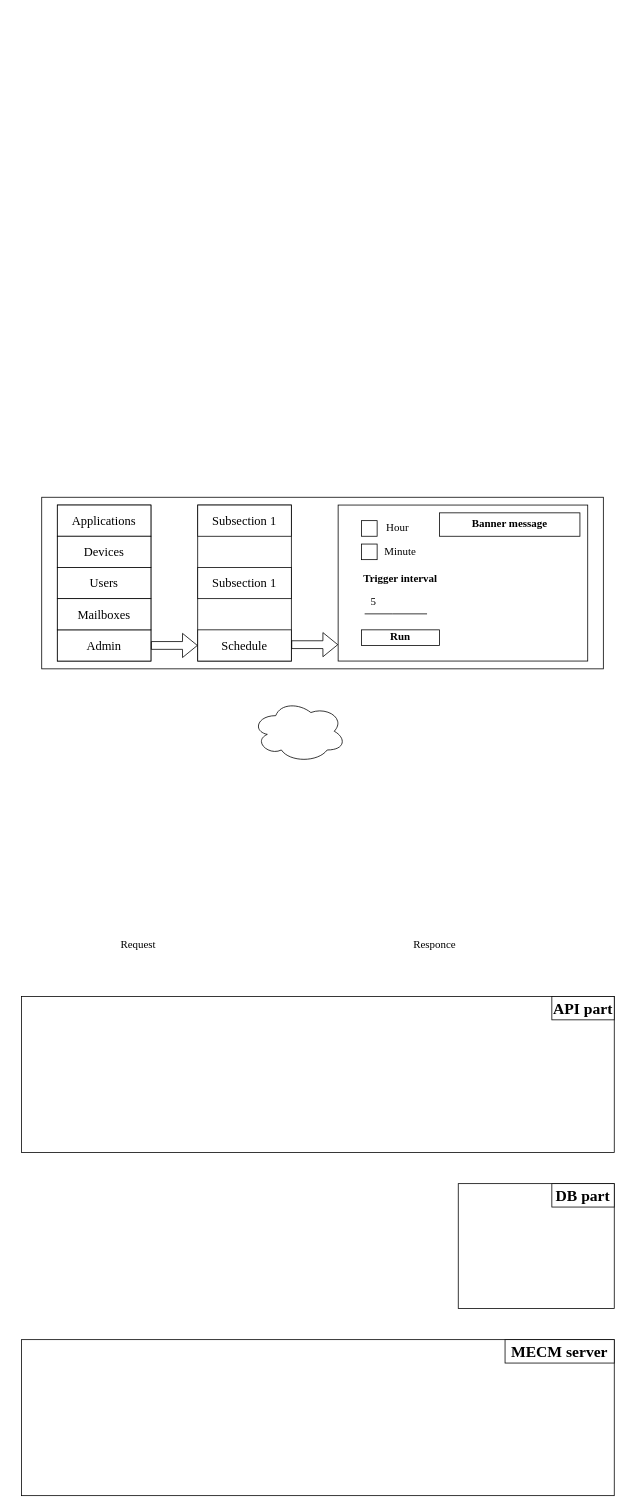
Before: src/assets/Untitled Diagram.drawio in ValeryYuntsevich/ag-grid, a draw.io diagram. Source tidied: cells renumbered, new cells numbered last; positions are measured from the earlier drawing's top-left corner, leaving out a move shared by most shapes. Both pictures are drawn from the tidied source at 78%, with x=0, y=0 at pixel (21, 497).
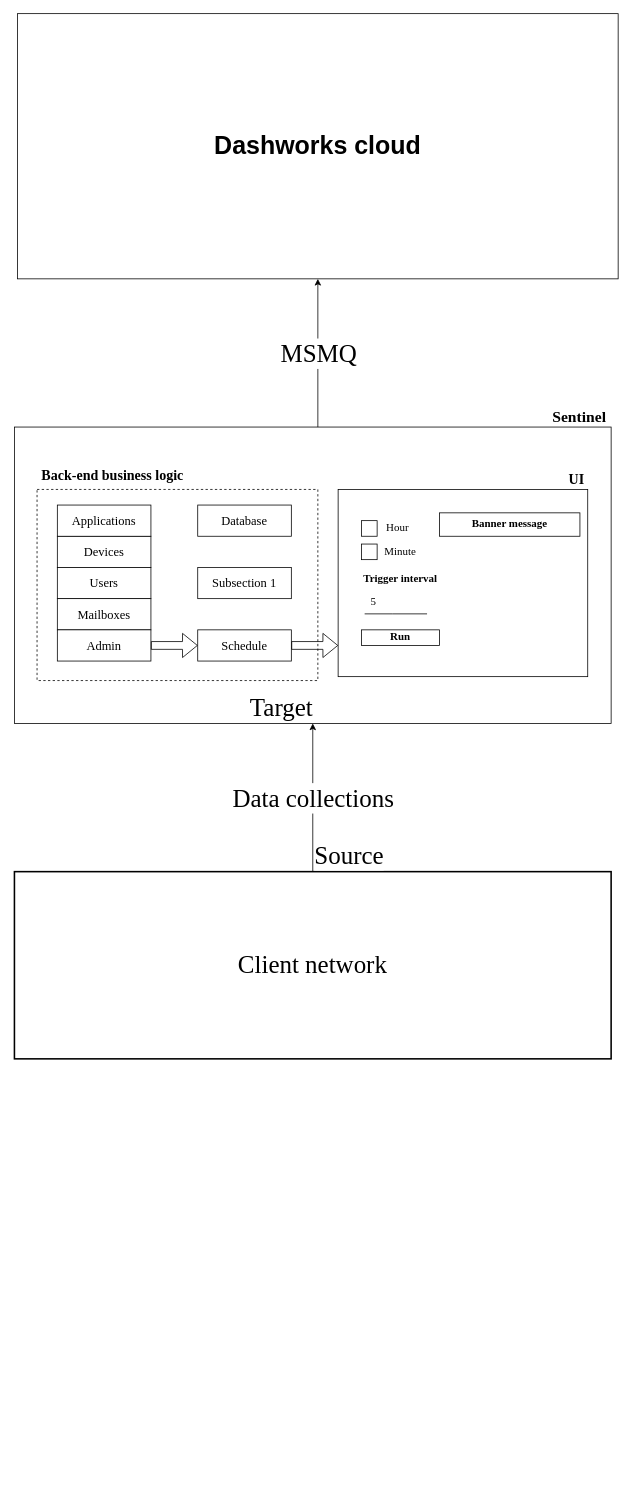
The same page after the edit.

The edit, as a diff of the source:
```diff
@@
     <mxCell id="2" style="rounded=0;whiteSpace=wrap;html=1;" parent="1" vertex="1">
-      <mxGeometry x="26" width="720" height="220" as="geometry" />
+      <mxGeometry x="-9" y="-90" width="765" height="380" as="geometry" />
     </mxCell>
@@
-    <mxCell id="4" value="Applications" style="rounded=0;whiteSpace=wrap;html=1;fontFamily=Times New Roman;fontSize=16;" parent="1" vertex="1">
-      <mxGeometry x="46" y="10" width="120" height="40" as="geometry" />
-    </mxCell>
-    <mxCell id="5" value="Devices" style="rounded=0;whiteSpace=wrap;html=1;fontFamily=Times New Roman;fontSize=16;" parent="1" vertex="1">
-      <mxGeometry x="46" y="50" width="120" height="40" as="geometry" />
-    </mxCell>
-    <mxCell id="6" value="Admin" style="rounded=0;whiteSpace=wrap;html=1;fontFamily=Times New Roman;fontSize=16;" parent="1" vertex="1">
-      <mxGeometry x="46" y="170" width="120" height="40" as="geometry" />
-    </mxCell>
@@
-    <mxCell id="8" value="Subsection 1" style="rounded=0;whiteSpace=wrap;html=1;fontFamily=Times New Roman;fontSize=16;" parent="1" vertex="1">
-      <mxGeometry x="226" y="90" width="120" height="40" as="geometry" />
-    </mxCell>
-    <mxCell id="9" value="Schedule" style="rounded=0;whiteSpace=wrap;html=1;fontFamily=Times New Roman;fontSize=16;" parent="1" vertex="1">
-      <mxGeometry x="226" y="170" width="120" height="40" as="geometry" />
-    </mxCell>
-    <mxCell id="10" style="rounded=0;whiteSpace=wrap;html=1;" parent="1" vertex="1">
-      <mxGeometry y="640" width="760" height="200" as="geometry" />
-    </mxCell>
-    <mxCell id="11" value="API part" style="rounded=0;whiteSpace=wrap;html=1;fontFamily=Times New Roman;fontSize=20;fontStyle=1;" parent="1" vertex="1">
-      <mxGeometry x="680" y="640" width="80" height="30" as="geometry" />
-    </mxCell>
-    <mxCell id="12" value="Request" style="text;html=1;strokeColor=none;fillColor=none;align=center;verticalAlign=middle;whiteSpace=wrap;rounded=0;fontFamily=Times New Roman;fontSize=14;" parent="1" vertex="1">
-      <mxGeometry x="120" y="560" width="60" height="30" as="geometry" />
-    </mxCell>
-    <mxCell id="13" value="Responce" style="text;html=1;strokeColor=none;fillColor=none;align=center;verticalAlign=middle;whiteSpace=wrap;rounded=0;fontFamily=Times New Roman;fontSize=14;" parent="1" vertex="1">
-      <mxGeometry x="500" y="560" width="60" height="30" as="geometry" />
-    </mxCell>
-    <mxCell id="14" style="rounded=0;whiteSpace=wrap;html=1;" parent="1" vertex="1">
-      <mxGeometry y="1080" width="760" height="200" as="geometry" />
-    </mxCell>
-    <mxCell id="15" value="MECM server" style="rounded=0;whiteSpace=wrap;html=1;fontFamily=Times New Roman;fontSize=20;fontStyle=1;" parent="1" vertex="1">
-      <mxGeometry x="620" y="1080" width="140" height="30" as="geometry" />
-    </mxCell>
-    <mxCell id="16" style="rounded=0;whiteSpace=wrap;html=1;fontFamily=Times New Roman;fontSize=14;strokeWidth=1;" parent="1" vertex="1">
-      <mxGeometry x="560" y="880" width="200" height="160" as="geometry" />
-    </mxCell>
-    <mxCell id="17" value="DB part" style="rounded=0;whiteSpace=wrap;html=1;fontFamily=Times New Roman;fontSize=20;fontStyle=1;" parent="1" vertex="1">
-      <mxGeometry x="680" y="880" width="80" height="30" as="geometry" />
-    </mxCell>
-    <mxCell id="18" value="Users" style="rounded=0;whiteSpace=wrap;html=1;fontFamily=Times New Roman;fontSize=16;" parent="1" vertex="1">
-      <mxGeometry x="46" y="90" width="120" height="40" as="geometry" />
-    </mxCell>
-    <mxCell id="19" value="Mailboxes" style="rounded=0;whiteSpace=wrap;html=1;fontFamily=Times New Roman;fontSize=16;" parent="1" vertex="1">
-      <mxGeometry x="46" y="130" width="120" height="40" as="geometry" />
-    </mxCell>
-    <mxCell id="20" value="Subsection 1" style="rounded=0;whiteSpace=wrap;html=1;fontFamily=Times New Roman;fontSize=16;" parent="1" vertex="1">
-      <mxGeometry x="226" y="10" width="120" height="40" as="geometry" />
-    </mxCell>
-    <mxCell id="21" style="shape=flexArrow;endArrow=classic;html=1;rounded=0;fontFamily=Times New Roman;fontSize=14;exitX=1;exitY=0.5;exitDx=0;exitDy=0;entryX=0;entryY=0.5;entryDx=0;entryDy=0;" parent="1" edge="1" source="6" target="9">
-      <mxGeometry relative="1" as="geometry" />
-    </mxCell>
     <mxCell id="22" style="rounded=0;whiteSpace=wrap;html=1;fontFamily=Times New Roman;fontSize=14;strokeWidth=1;" parent="1" vertex="1">
-      <mxGeometry x="406" y="10" width="320" height="200" as="geometry" />
+      <mxGeometry x="406" y="-10" width="320" height="240" as="geometry" />
     </mxCell>
@@
-    <mxCell id="31" style="shape=flexArrow;endArrow=classic;html=1;rounded=0;fontFamily=Times New Roman;fontSize=14;exitX=1;exitY=0.5;exitDx=0;exitDy=0;entryX=0;entryY=0.5;entryDx=0;entryDy=0;" parent="1" edge="1">
-      <mxGeometry relative="1" as="geometry">
-        <mxPoint x="346" y="189" as="sourcePoint" />
-        <mxPoint x="406" y="189" as="targetPoint" />
-      </mxGeometry>
-    </mxCell>
@@
-    <mxCell id="33" style="ellipse;shape=cloud;whiteSpace=wrap;html=1;fontFamily=Times New Roman;fontSize=14;strokeWidth=1;" parent="1" vertex="1">
-      <mxGeometry x="296" y="260" width="120" height="80" as="geometry" />
-    </mxCell>
+    <mxCell id="34" value="Sentinel" style="text;strokeColor=none;fillColor=none;align=left;verticalAlign=middle;spacingLeft=4;spacingRight=4;overflow=hidden;fontFamily=Times New Roman;fontSize=20;fontStyle=1;" parent="1" vertex="1">
+      <mxGeometry x="675" y="-120" width="81" height="30" as="geometry" />
+    </mxCell>
+    <mxCell id="35" value="UI" style="text;strokeColor=none;fillColor=none;align=left;verticalAlign=middle;spacingLeft=4;spacingRight=4;overflow=hidden;fontFamily=Times New Roman;fontSize=18;fontStyle=1;" parent="1" vertex="1">
+      <mxGeometry x="696" y="-40" width="30" height="30" as="geometry" />
+    </mxCell>
+    <mxCell id="36" value="Back-end business logic " style="text;strokeColor=none;fillColor=none;align=left;verticalAlign=middle;spacingLeft=4;spacingRight=4;overflow=hidden;fontFamily=Times New Roman;fontSize=18;fontStyle=1;" parent="1" vertex="1">
+      <mxGeometry x="20" y="-45" width="216" height="30" as="geometry" />
+    </mxCell>
+    <mxCell id="37" style="rounded=0;whiteSpace=wrap;html=1;fontFamily=Times New Roman;fontSize=18;strokeWidth=1;dashed=1;" parent="1" vertex="1">
+      <mxGeometry x="20" y="-10" width="360" height="245" as="geometry" />
+    </mxCell>
+    <mxCell id="5" value="Devices" style="rounded=0;whiteSpace=wrap;html=1;fontFamily=Times New Roman;fontSize=16;" parent="1" vertex="1">
+      <mxGeometry x="46" y="50" width="120" height="40" as="geometry" />
+    </mxCell>
+    <mxCell id="4" value="Applications" style="rounded=0;whiteSpace=wrap;html=1;fontFamily=Times New Roman;fontSize=16;" parent="1" vertex="1">
+      <mxGeometry x="46" y="10" width="120" height="40" as="geometry" />
+    </mxCell>
+    <mxCell id="18" value="Users" style="rounded=0;whiteSpace=wrap;html=1;fontFamily=Times New Roman;fontSize=16;" parent="1" vertex="1">
+      <mxGeometry x="46" y="90" width="120" height="40" as="geometry" />
+    </mxCell>
+    <mxCell id="19" value="Mailboxes" style="rounded=0;whiteSpace=wrap;html=1;fontFamily=Times New Roman;fontSize=16;" parent="1" vertex="1">
+      <mxGeometry x="46" y="130" width="120" height="40" as="geometry" />
+    </mxCell>
+    <mxCell id="6" value="Admin" style="rounded=0;whiteSpace=wrap;html=1;fontFamily=Times New Roman;fontSize=16;" parent="1" vertex="1">
+      <mxGeometry x="46" y="170" width="120" height="40" as="geometry" />
+    </mxCell>
+    <mxCell id="9" value="Schedule" style="rounded=0;whiteSpace=wrap;html=1;fontFamily=Times New Roman;fontSize=16;" parent="1" vertex="1">
+      <mxGeometry x="226" y="170" width="120" height="40" as="geometry" />
+    </mxCell>
+    <mxCell id="8" value="Subsection 1" style="rounded=0;whiteSpace=wrap;html=1;fontFamily=Times New Roman;fontSize=16;" parent="1" vertex="1">
+      <mxGeometry x="226" y="90" width="120" height="40" as="geometry" />
+    </mxCell>
+    <mxCell id="20" value="Database" style="rounded=0;whiteSpace=wrap;html=1;fontFamily=Times New Roman;fontSize=16;" parent="1" vertex="1">
+      <mxGeometry x="226" y="10" width="120" height="40" as="geometry" />
+    </mxCell>
+    <mxCell id="38" value="Dashworks cloud" style="rounded=0;whiteSpace=wrap;html=1;fontSize=32;fontStyle=1;" parent="1" vertex="1">
+      <mxGeometry x="-5" y="-620" width="770" height="340" as="geometry" />
+    </mxCell>
+    <mxCell id="39" style="endArrow=classic;html=1;rounded=0;fontFamily=Times New Roman;fontSize=32;entryX=0.5;entryY=1;entryDx=0;entryDy=0;" parent="1" edge="1" target="38">
+      <mxGeometry relative="1" as="geometry">
+        <mxPoint x="380" y="-90" as="sourcePoint" />
+      </mxGeometry>
+    </mxCell>
+    <mxCell id="40" value="MSMQ" style="edgeLabel;html=1;align=center;verticalAlign=middle;dashed=1;fontFamily=Times New Roman;fontSize=32;strokeWidth=2;" parent="39" vertex="1">
+      <mxGeometry relative="1" as="geometry" />
+    </mxCell>
+    <mxCell id="41" value="Client network" style="rounded=0;whiteSpace=wrap;html=1;fontFamily=Times New Roman;fontSize=32;strokeWidth=2;" parent="1" vertex="1">
+      <mxGeometry x="-9" y="480" width="765" height="240" as="geometry" />
+    </mxCell>
+    <mxCell id="42" style="endArrow=classic;html=1;rounded=0;fontFamily=Times New Roman;fontSize=32;entryX=0.5;entryY=1;entryDx=0;entryDy=0;exitX=0.5;exitY=0;exitDx=0;exitDy=0;" parent="1" edge="1" source="41" target="2">
+      <mxGeometry relative="1" as="geometry" />
+    </mxCell>
+    <mxCell id="43" value="Data collections" style="edgeLabel;html=1;align=center;verticalAlign=middle;fontFamily=Times New Roman;fontSize=32;strokeWidth=2;" parent="42" vertex="1">
+      <mxGeometry relative="1" as="geometry" />
+    </mxCell>
+    <mxCell id="44" value="Source" style="edgeLabel;html=1;align=left;verticalAlign=bottom;fontFamily=Times New Roman;fontSize=32;strokeWidth=2;" parent="42" vertex="1">
+      <mxGeometry x="-1" relative="1" as="geometry" />
+    </mxCell>
+    <mxCell id="45" value="Target" style="edgeLabel;html=1;align=right;verticalAlign=bottom;fontFamily=Times New Roman;fontSize=32;strokeWidth=2;" parent="42" vertex="1">
+      <mxGeometry x="1" relative="1" as="geometry" />
+    </mxCell>
+    <mxCell id="21" style="shape=flexArrow;endArrow=classic;html=1;rounded=0;fontFamily=Times New Roman;fontSize=32;exitX=1;exitY=0.5;exitDx=0;exitDy=0;" parent="1" edge="1" source="6" target="9">
+      <mxGeometry relative="1" as="geometry" />
+    </mxCell>
+    <mxCell id="46" style="shape=flexArrow;endArrow=classic;html=1;rounded=0;fontFamily=Times New Roman;fontSize=32;exitX=1;exitY=0.5;exitDx=0;exitDy=0;" parent="1" edge="1">
+      <mxGeometry relative="1" as="geometry">
+        <mxPoint x="346" y="190" as="sourcePoint" />
+        <mxPoint x="406" y="190" as="targetPoint" />
+      </mxGeometry>
+    </mxCell>
```
